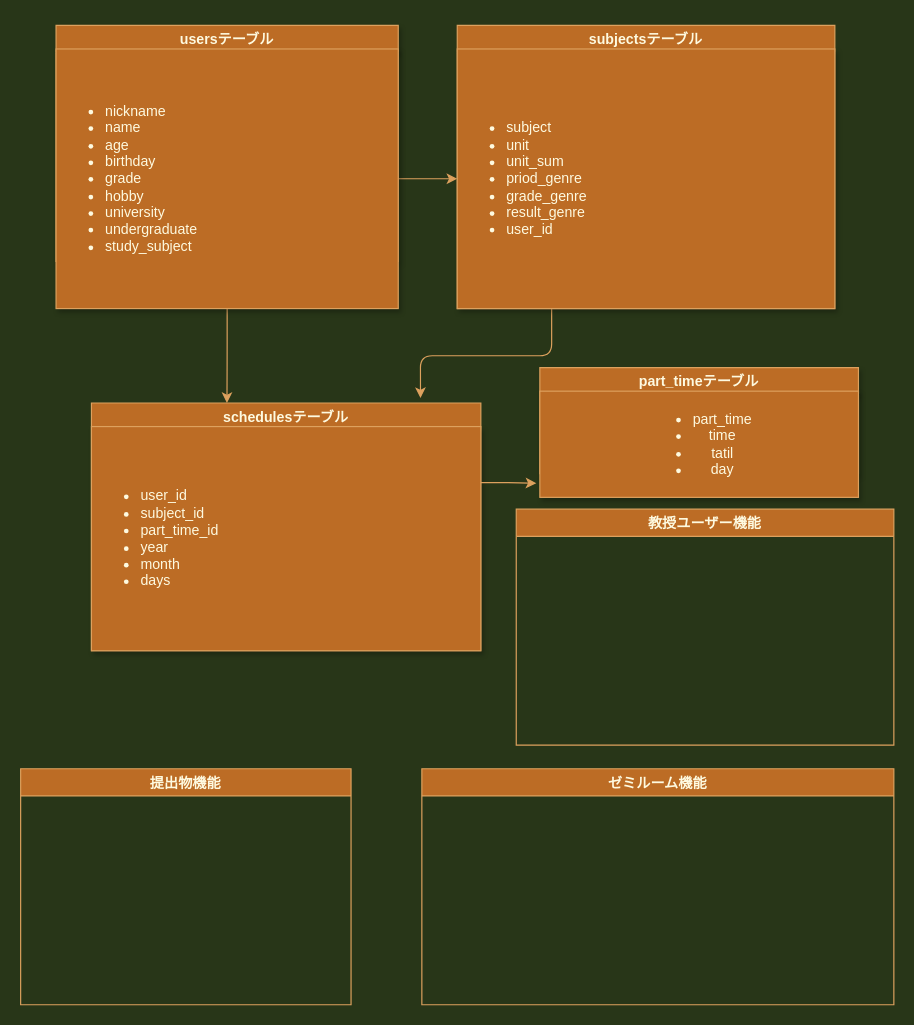
Above: daigaku.dio in okadahideya/daigaku (draw.io), before the change. Source tidied: cells renumbered, new cells numbered last; positions are measured from the earlier drawing's top-left corner, leaving out a move shared by most shapes. Both pictures are drawn from the tidied source at 118%, with x=0, y=0 at pixel (20, 25).
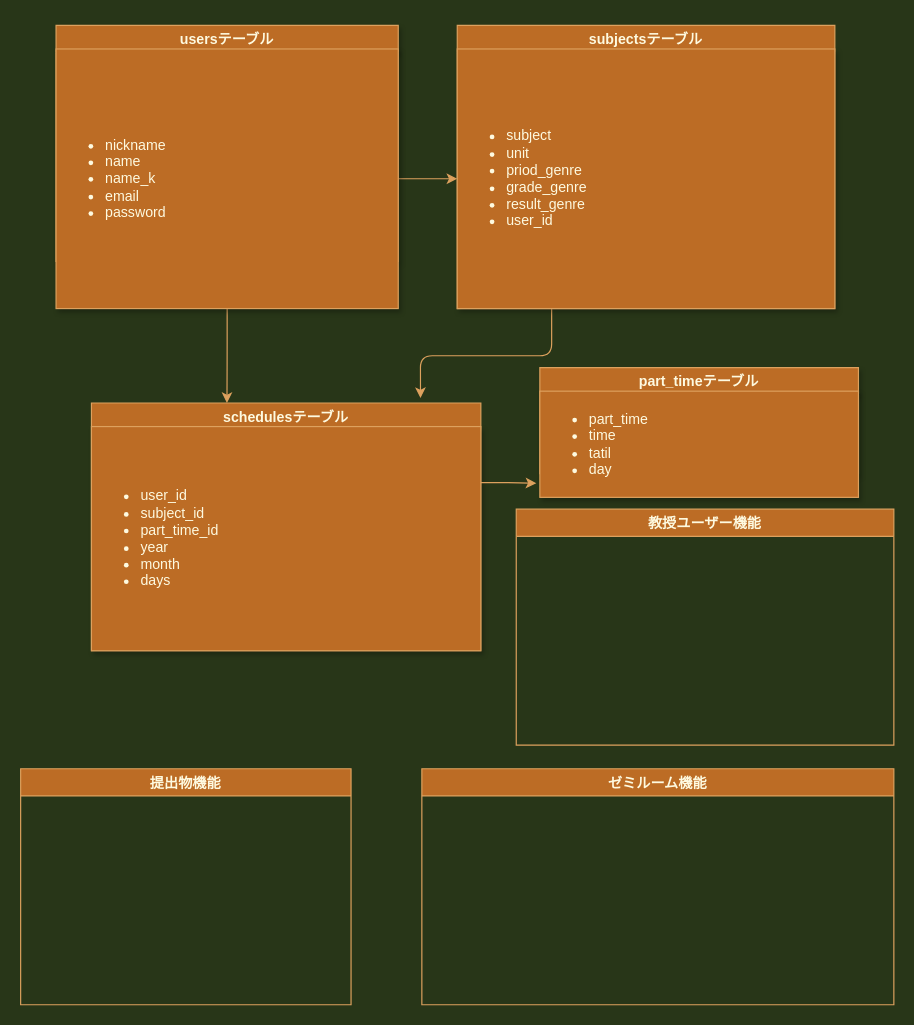
Above is the later version.

Diff of the diagram source:
```diff
@@
 <mxGraphModel background="#283618">
   <root>
     <mxCell id="0" />
     <mxCell id="1" parent="0" />
     <mxCell id="2" value="usersテーブル" style="swimlane;fillColor=#BC6C25;strokeColor=#DDA15E;fontColor=#FEFAE0;shadow=1;" parent="1" vertex="1">
       <mxGeometry x="30" width="290" height="200" as="geometry" />
     </mxCell>
     <mxCell id="3" value="subjectsテーブル" style="swimlane;startSize=23;fillColor=#BC6C25;strokeColor=#DDA15E;fontColor=#FEFAE0;" parent="1" vertex="1">
       <mxGeometry x="370" width="320" height="240" as="geometry" />
     </mxCell>
     <mxCell id="4" value="schedulesテーブル" style="swimlane;fillColor=#BC6C25;strokeColor=#DDA15E;fontColor=#FEFAE0;" parent="1" vertex="1">
       <mxGeometry x="60" y="320" width="330" height="210" as="geometry" />
     </mxCell>
     <mxCell id="5" value="&lt;ul&gt;&lt;li&gt;user_id&lt;/li&gt;&lt;li&gt;subject_id&lt;/li&gt;&lt;li&gt;part_time_id&lt;/li&gt;&lt;li&gt;year&lt;/li&gt;&lt;li&gt;month&lt;/li&gt;&lt;li&gt;days&lt;/li&gt;&lt;/ul&gt;" style="whiteSpace=wrap;html=1;rounded=0;shadow=1;sketch=0;strokeColor=#DDA15E;fillColor=#BC6C25;fontColor=#FEFAE0;align=left;" parent="4" vertex="1">
       <mxGeometry y="20" width="330" height="190" as="geometry" />
     </mxCell>
     <mxCell id="6" value="教授ユーザー機能" style="swimlane;fillColor=#BC6C25;strokeColor=#DDA15E;fontColor=#FEFAE0;" parent="1" vertex="1">
       <mxGeometry x="420" y="410" width="320" height="200" as="geometry" />
     </mxCell>
     <mxCell id="7" value="提出物機能" style="swimlane;fillColor=#BC6C25;strokeColor=#DDA15E;fontColor=#FEFAE0;" parent="1" vertex="1">
       <mxGeometry y="630" width="280" height="200" as="geometry" />
     </mxCell>
     <mxCell id="8" value="ゼミルーム機能" style="swimlane;fillColor=#BC6C25;strokeColor=#DDA15E;fontColor=#FEFAE0;" parent="1" vertex="1">
       <mxGeometry x="340" y="630" width="400" height="200" as="geometry" />
     </mxCell>
     <mxCell id="9" style="edgeStyle=orthogonalEdgeStyle;curved=0;rounded=1;sketch=0;jettySize=auto;html=1;exitX=0.5;exitY=1;exitDx=0;exitDy=0;entryX=0.348;entryY=0;entryDx=0;entryDy=0;entryPerimeter=0;strokeColor=#DDA15E;fillColor=#BC6C25;fontColor=#FEFAE0;" parent="1" edge="1" source="11" target="4">
       <mxGeometry relative="1" as="geometry" />
     </mxCell>
     <mxCell id="10" style="edgeStyle=orthogonalEdgeStyle;curved=0;rounded=1;sketch=0;jettySize=auto;html=1;exitX=1;exitY=0.5;exitDx=0;exitDy=0;strokeColor=#DDA15E;fillColor=#BC6C25;fontColor=#FEFAE0;entryX=0;entryY=0.5;entryDx=0;entryDy=0;" parent="1" edge="1" source="11" target="13">
       <mxGeometry relative="1" as="geometry" />
     </mxCell>
-    <mxCell id="11" value="&lt;ul&gt;&lt;li&gt;nickname&lt;/li&gt;&lt;li&gt;name&lt;/li&gt;&lt;li&gt;&lt;span&gt;age&lt;/span&gt;&lt;br&gt;&lt;/li&gt;&lt;li&gt;birthday&lt;/li&gt;&lt;li&gt;grade&lt;/li&gt;&lt;li&gt;hobby&lt;/li&gt;&lt;li&gt;university&lt;/li&gt;&lt;li&gt;undergraduate&lt;/li&gt;&lt;li&gt;study_subject&lt;/li&gt;&lt;/ul&gt;" style="whiteSpace=wrap;html=1;rounded=0;shadow=1;sketch=0;strokeColor=#DDA15E;fillColor=#BC6C25;fontColor=#FEFAE0;align=left;" parent="1" vertex="1">
+    <mxCell id="11" value="&lt;ul&gt;&lt;li&gt;nickname&lt;/li&gt;&lt;li&gt;name&lt;/li&gt;&lt;li&gt;name_k&lt;/li&gt;&lt;li&gt;email&lt;/li&gt;&lt;li&gt;password&lt;/li&gt;&lt;/ul&gt;" style="whiteSpace=wrap;html=1;rounded=0;shadow=1;sketch=0;strokeColor=#DDA15E;fillColor=#BC6C25;fontColor=#FEFAE0;align=left;" parent="1" vertex="1">
       <mxGeometry x="30" y="20" width="290" height="220" as="geometry" />
     </mxCell>
     <mxCell id="12" style="edgeStyle=orthogonalEdgeStyle;curved=0;rounded=1;sketch=0;jettySize=auto;html=1;exitX=0.25;exitY=1;exitDx=0;exitDy=0;entryX=0.845;entryY=-0.02;entryDx=0;entryDy=0;entryPerimeter=0;strokeColor=#DDA15E;fillColor=#BC6C25;fontColor=#FEFAE0;" parent="1" edge="1" source="13" target="4">
       <mxGeometry relative="1" as="geometry" />
     </mxCell>
-    <mxCell id="13" value="&lt;ul&gt;&lt;li&gt;subject&lt;/li&gt;&lt;li&gt;unit&lt;/li&gt;&lt;li&gt;unit_sum&lt;/li&gt;&lt;li&gt;priod_genre&lt;/li&gt;&lt;li&gt;grade_genre&lt;/li&gt;&lt;li&gt;result_genre&lt;/li&gt;&lt;li&gt;user_id&lt;/li&gt;&lt;/ul&gt;" style="whiteSpace=wrap;html=1;rounded=0;shadow=1;sketch=0;strokeColor=#DDA15E;fillColor=#BC6C25;fontColor=#FEFAE0;align=left;" parent="1" vertex="1">
+    <mxCell id="13" value="&lt;ul&gt;&lt;li&gt;subject&lt;/li&gt;&lt;li&gt;unit&lt;/li&gt;&lt;li&gt;priod_genre&lt;/li&gt;&lt;li&gt;grade_genre&lt;/li&gt;&lt;li&gt;result_genre&lt;/li&gt;&lt;li&gt;user_id&lt;/li&gt;&lt;/ul&gt;" style="whiteSpace=wrap;html=1;rounded=0;shadow=1;sketch=0;strokeColor=#DDA15E;fillColor=#BC6C25;fontColor=#FEFAE0;align=left;" parent="1" vertex="1">
       <mxGeometry x="370" y="20" width="320" height="220" as="geometry" />
     </mxCell>
     <mxCell id="14" value="part_timeテーブル" style="swimlane;rounded=0;shadow=1;sketch=0;strokeColor=#DDA15E;fillColor=#BC6C25;fontColor=#FEFAE0;" parent="1" vertex="1">
       <mxGeometry x="440" y="290" width="270" height="90" as="geometry" />
     </mxCell>
-    <mxCell id="15" value="&lt;ul&gt;&lt;li&gt;part_time&lt;/li&gt;&lt;li&gt;time&lt;/li&gt;&lt;li&gt;tatil&lt;/li&gt;&lt;li&gt;day&lt;/li&gt;&lt;/ul&gt;" style="whiteSpace=wrap;html=1;rounded=0;shadow=1;sketch=0;strokeColor=#DDA15E;fillColor=#BC6C25;fontColor=#FEFAE0;" parent="1" vertex="1">
+    <mxCell id="15" value="&lt;ul&gt;&lt;li&gt;part_time&lt;/li&gt;&lt;li&gt;time&lt;/li&gt;&lt;li&gt;tatil&lt;/li&gt;&lt;li&gt;day&lt;/li&gt;&lt;/ul&gt;" style="whiteSpace=wrap;html=1;rounded=0;shadow=1;sketch=0;strokeColor=#DDA15E;fillColor=#BC6C25;fontColor=#FEFAE0;align=left;" parent="1" vertex="1">
       <mxGeometry x="440" y="310" width="270" height="90" as="geometry" />
     </mxCell>
     <mxCell id="16" style="edgeStyle=orthogonalEdgeStyle;curved=0;rounded=1;sketch=0;jettySize=auto;html=1;exitX=1;exitY=0.25;exitDx=0;exitDy=0;entryX=-0.011;entryY=0.867;entryDx=0;entryDy=0;entryPerimeter=0;strokeColor=#DDA15E;fillColor=#BC6C25;fontColor=#FEFAE0;" parent="1" edge="1" source="5" target="15">
       <mxGeometry relative="1" as="geometry" />
     </mxCell>
   </root>
 </mxGraphModel>
```
